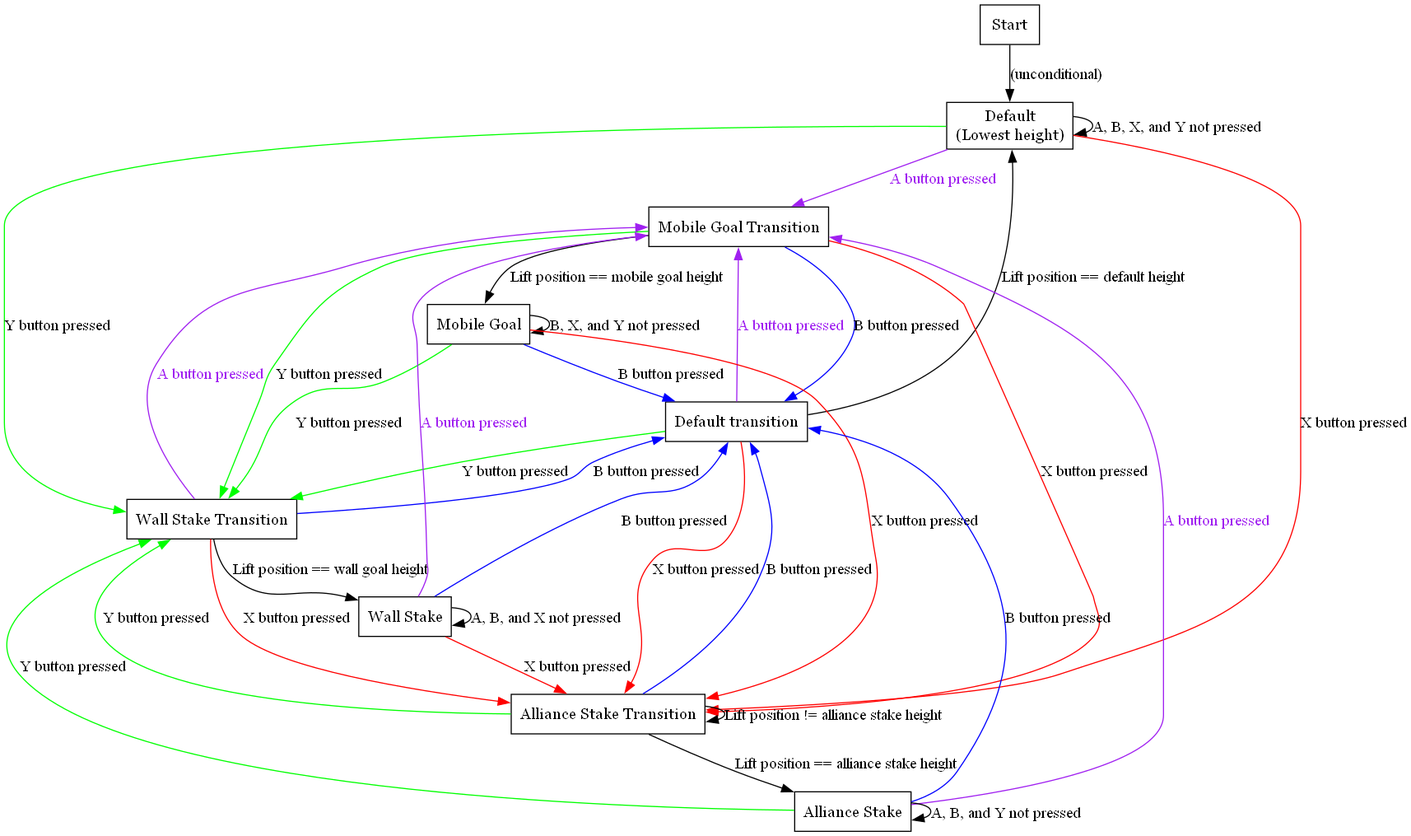
eshsrobotics/vex keeps this Graphviz diagram as 2024/prototype/intake_mechanisms/docs/lift-state-machine.png. Above is the earlier version. Its source is kept beside it as 2024/prototype/intake_mechanisms/docs/lift-state-machine.dot.
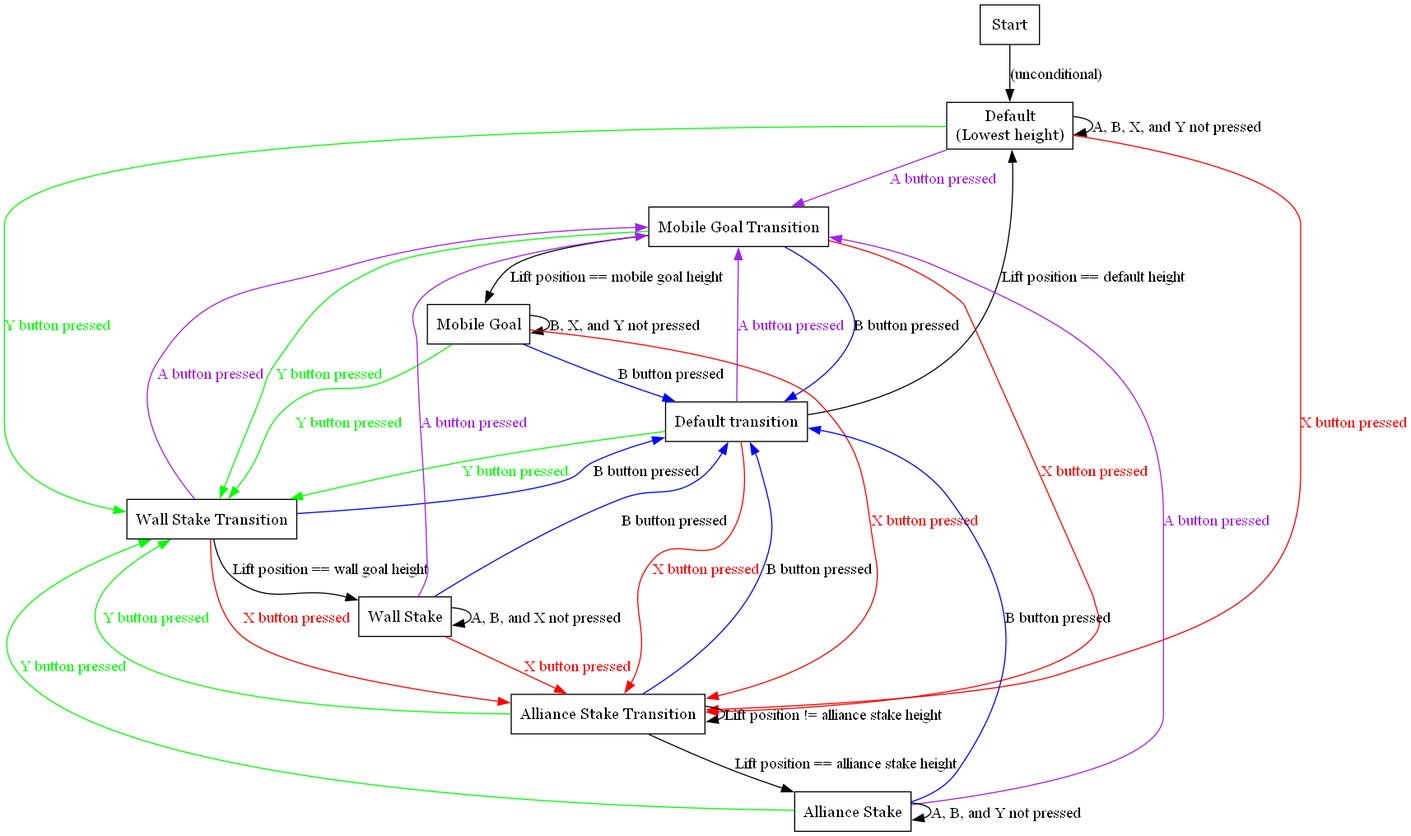
Above is the later version.

Commit message:
Finished the state machine diagram.

* Correctly colored the appropriate arrow labels.

What changed in the source:
```diff
@@ -15,38 +15,38 @@
     Start -> Default [label="(unconditional)"];
 
     DefaultTransition -> Default [label="Lift position == default height"];
-    DefaultTransition -> WallStakeTransition [label="Y button pressed", color="lime"];
-    DefaultTransition -> AllianceStakeTransition [label="X button pressed", color="red"];
+    DefaultTransition -> WallStakeTransition [label="Y button pressed", fontcolor="lime", color="lime"];
+    DefaultTransition -> AllianceStakeTransition [label="X button pressed", fontcolor="red", color="red"];
     DefaultTransition -> MobileGoalTransition [label="A button pressed", fontcolor="purple", color="purple"];
     Default -> MobileGoalTransition [label="A button pressed", fontcolor="purple", color="purple"];
-    Default -> WallStakeTransition [label="Y button pressed", color="lime"];
-    Default -> AllianceStakeTransition [label="X button pressed", color="red"];
+    Default -> WallStakeTransition [label="Y button pressed", fontcolor="lime", color="lime"];
+    Default -> AllianceStakeTransition [label="X button pressed", fontcolor="red", color="red"];
     Default -> Default [label="A, B, X, and Y not pressed"];
 
     MobileGoalTransition -> MobileGoal [label="Lift position == mobile goal height"];
-    MobileGoalTransition -> AllianceStakeTransition [label="X button pressed", color="red"];
-    MobileGoalTransition -> WallStakeTransition [label="Y button pressed", color="lime"];
+    MobileGoalTransition -> AllianceStakeTransition [label="X button pressed", fontcolor="red", color="red"];
+    MobileGoalTransition -> WallStakeTransition [label="Y button pressed", fontcolor="lime", color="lime"];
     MobileGoalTransition -> DefaultTransition [label="B button pressed", color="blue"];
-    MobileGoal -> AllianceStakeTransition [label="X button pressed", color="red"];
-    MobileGoal -> WallStakeTransition [label="Y button pressed", color="lime"];
+    MobileGoal -> AllianceStakeTransition [label="X button pressed", fontcolor="red", color="red"];
+    MobileGoal -> WallStakeTransition [label="Y button pressed", fontcolor="lime", color="lime"];
     MobileGoal -> DefaultTransition [label="B button pressed", color="blue"];
     MobileGoal -> MobileGoal [label="B, X, and Y not pressed"];
 
     AllianceStakeTransition -> DefaultTransition [label="B button pressed", color="blue"];
     AllianceStakeTransition -> AllianceStake [label="Lift position == alliance stake height"];
-    AllianceStakeTransition -> WallStakeTransition [label="Y button pressed", color="lime"];
+    AllianceStakeTransition -> WallStakeTransition [label="Y button pressed", fontcolor="lime", color="lime"];
     AllianceStakeTransition -> AllianceStakeTransition [label="Lift position != alliance stake height"];
     AllianceStake -> DefaultTransition [label="B button pressed", color="blue"];
     AllianceStake -> MobileGoalTransition [label="A button pressed", fontcolor="purple", color="purple"];
-    AllianceStake -> WallStakeTransition [label="Y button pressed", color="lime"];
+    AllianceStake -> WallStakeTransition [label="Y button pressed", fontcolor="lime", color="lime"];
     AllianceStake -> AllianceStake [label="A, B, and Y not pressed"];
 
     WallStakeTransition -> DefaultTransition [label="B button pressed", color = "blue"];
     WallStakeTransition -> WallStake [label="Lift position == wall goal height"];
     WallStakeTransition -> MobileGoalTransition [label="A button pressed", fontcolor="purple", color = "purple"];
-    WallStakeTransition -> AllianceStakeTransition [label="X button pressed", color = "red"];
+    WallStakeTransition -> AllianceStakeTransition [label="X button pressed", fontcolor="red", color="red"];
     WallStake -> DefaultTransition [label="B button pressed", color = "blue"];
     WallStake -> MobileGoalTransition [label="A button pressed", fontcolor="purple", color="purple"]
-    WallStake -> AllianceStakeTransition [label="X button pressed", color = "red"];
+    WallStake -> AllianceStakeTransition [label="X button pressed", fontcolor="red", color="red"];
     WallStake -> WallStake [label="A, B, and X not pressed"];
 }
```
